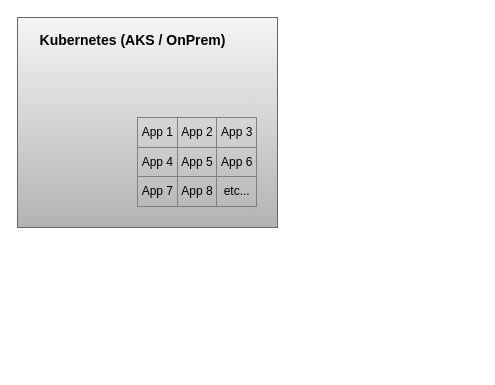
nuthankumar/drawio keeps this draw.io diagram as autoheal_k8s.drawio. Above is the earlier version. Source tidied: cells renumbered, new cells numbered last; positions are measured from the earlier drawing's top-left corner, leaving out a move shared by most shapes. Both pictures are drawn from the tidied source at 100%, with x=0, y=0 at pixel (17, 17).
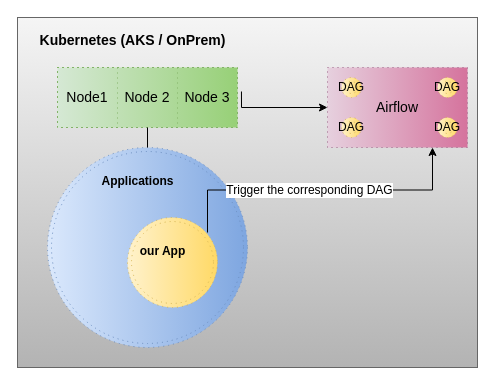
The same diagram, later.

Change to the diagram source:
```diff
@@
     <mxCell id="2" style="rounded=0;whiteSpace=wrap;html=1;fillColor=#f5f5f5;strokeColor=#666666;gradientColor=#b3b3b3;" parent="1" vertex="1">
-      <mxGeometry width="260" height="210" as="geometry" />
+      <mxGeometry width="460" height="350" as="geometry" />
     </mxCell>
-    <mxCell id="3" value="&lt;table border=&quot;1&quot; width=&quot;100%&quot; style=&quot;width: 100% ; height: 100% ; border-collapse: collapse&quot;&gt;&lt;tbody&gt;&lt;tr&gt;&lt;td align=&quot;center&quot;&gt;App 1&lt;/td&gt;&lt;td align=&quot;center&quot;&gt;App 2&lt;/td&gt;&lt;td align=&quot;center&quot;&gt;App 3&lt;/td&gt;&lt;/tr&gt;&lt;tr&gt;&lt;td align=&quot;center&quot;&gt;App 4&lt;/td&gt;&lt;td align=&quot;center&quot;&gt;App 5&lt;/td&gt;&lt;td align=&quot;center&quot;&gt;App 6&lt;/td&gt;&lt;/tr&gt;&lt;tr&gt;&lt;td align=&quot;center&quot;&gt;App 7&lt;/td&gt;&lt;td align=&quot;center&quot;&gt;App 8&lt;/td&gt;&lt;td align=&quot;center&quot;&gt;etc...&lt;/td&gt;&lt;/tr&gt;&lt;/tbody&gt;&lt;/table&gt;" style="text;html=1;strokeColor=none;fillColor=none;overflow=fill;" parent="1" vertex="1">
-      <mxGeometry x="120" y="100" width="120" height="90" as="geometry" />
-    </mxCell>
@@
+    <mxCell id="5" value="Airflow" style="html=1;whiteSpace=wrap;dashed=1;dashPattern=1 4;fontSize=14;fillColor=#e6d0de;gradientColor=#d5739d;gradientDirection=east;strokeColor=#996185;" parent="1" vertex="1">
+      <mxGeometry x="310" y="50" width="140" height="80" as="geometry" />
+    </mxCell>
+    <mxCell id="6" value="DAG" style="ellipse;shape=doubleEllipse;whiteSpace=wrap;html=1;dashed=1;dashPattern=1 4;fontSize=12;fillColor=#fff2cc;gradientColor=#ffd966;gradientDirection=east;strokeColor=#d6b656;" parent="5" vertex="1">
+      <mxGeometry x="14" y="50" width="20" height="20" as="geometry" />
+    </mxCell>
+    <mxCell id="7" value="DAG" style="ellipse;shape=doubleEllipse;whiteSpace=wrap;html=1;dashed=1;dashPattern=1 4;fontSize=12;fillColor=#fff2cc;gradientColor=#ffd966;gradientDirection=east;strokeColor=#d6b656;" parent="5" vertex="1">
+      <mxGeometry x="14" y="10" width="20" height="20" as="geometry" />
+    </mxCell>
+    <mxCell id="8" value="DAG" style="ellipse;shape=doubleEllipse;whiteSpace=wrap;html=1;dashed=1;dashPattern=1 4;fontSize=12;fillColor=#fff2cc;gradientColor=#ffd966;gradientDirection=east;strokeColor=#d6b656;" parent="5" vertex="1">
+      <mxGeometry x="110" y="50" width="20" height="20" as="geometry" />
+    </mxCell>
+    <mxCell id="9" value="DAG" style="ellipse;shape=doubleEllipse;whiteSpace=wrap;html=1;dashed=1;dashPattern=1 4;fontSize=12;fillColor=#fff2cc;gradientColor=#ffd966;gradientDirection=east;strokeColor=#d6b656;" parent="5" vertex="1">
+      <mxGeometry x="110" y="10" width="20" height="20" as="geometry" />
+    </mxCell>
+    <mxCell id="10" style="edgeStyle=orthogonalEdgeStyle;rounded=0;jettySize=auto;html=1;fontSize=12;entryX=0;entryY=0.5;entryDx=0;entryDy=0;exitX=1.022;exitY=0.4;exitDx=0;exitDy=0;exitPerimeter=0;" parent="1" edge="1" source="12" target="5">
+      <mxGeometry relative="1" as="geometry">
+        <Array as="points">
+          <mxPoint x="224" y="90" />
+        </Array>
+      </mxGeometry>
+    </mxCell>
+    <mxCell id="11" style="shape=table;html=1;whiteSpace=wrap;startSize=0;childLayout=tableLayout;dashed=1;dashPattern=1 4;fontSize=14;fillColor=#d5e8d4;gradientColor=#97d077;gradientDirection=east;strokeColor=#82b366;" parent="1" vertex="1">
+      <mxGeometry x="40" y="50" width="180" height="60" as="geometry" />
+    </mxCell>
+    <mxCell id="12" style="shape=tableRow;horizontal=0;startSize=0;swimlaneHead=0;swimlaneBody=0;top=0;left=0;bottom=0;right=0;fillColor=none;points=[[0,0.5],[1,0.5]];portConstraint=eastwest;dashed=1;dashPattern=1 4;fontSize=14;" parent="11" vertex="1">
+      <mxGeometry width="180" height="60" as="geometry" />
+    </mxCell>
+    <mxCell id="13" value="Node1" style="shape=partialRectangle;html=1;whiteSpace=wrap;fillColor=none;top=0;left=0;bottom=0;right=0;overflow=hidden;dashed=1;dashPattern=1 4;fontSize=14;" parent="12" vertex="1">
+      <mxGeometry width="60" height="60" as="geometry" />
+    </mxCell>
+    <mxCell id="14" value="Node 2" style="shape=partialRectangle;html=1;whiteSpace=wrap;fillColor=none;top=0;left=0;bottom=0;right=0;overflow=hidden;dashed=1;dashPattern=1 4;fontSize=14;" parent="12" vertex="1">
+      <mxGeometry x="60" width="60" height="60" as="geometry" />
+    </mxCell>
+    <mxCell id="15" value="Node 3" style="shape=partialRectangle;html=1;whiteSpace=wrap;fillColor=none;top=0;left=0;bottom=0;right=0;overflow=hidden;dashed=1;dashPattern=1 4;fontSize=14;" parent="12" vertex="1">
+      <mxGeometry x="120" width="60" height="60" as="geometry" />
+    </mxCell>
+    <mxCell id="16" style="ellipse;shape=doubleEllipse;whiteSpace=wrap;html=1;dashed=1;dashPattern=1 4;fontSize=14;fillColor=#dae8fc;gradientColor=#7ea6e0;gradientDirection=east;strokeColor=#6c8ebf;" parent="1" vertex="1">
+      <mxGeometry x="30" y="130" width="200" height="200" as="geometry" />
+    </mxCell>
+    <mxCell id="17" style="ellipse;shape=doubleEllipse;whiteSpace=wrap;html=1;dashed=1;dashPattern=1 4;fontSize=14;fillColor=#fff2cc;gradientColor=#ffd966;gradientDirection=east;strokeColor=#d6b656;" parent="1" vertex="1">
+      <mxGeometry x="110" y="200" width="90" height="90" as="geometry" />
+    </mxCell>
+    <mxCell id="18" value="&lt;font style=&quot;font-size: 12px&quot;&gt;Applications&lt;/font&gt;" style="text;strokeColor=none;fillColor=none;html=1;fontSize=24;fontStyle=1;verticalAlign=middle;align=center;dashed=1;dashPattern=1 4;" parent="1" vertex="1">
+      <mxGeometry x="80" y="150" width="80" height="20" as="geometry" />
+    </mxCell>
+    <mxCell id="19" style="edgeStyle=orthogonalEdgeStyle;rounded=0;jettySize=auto;html=1;exitX=1;exitY=0;exitDx=0;exitDy=0;entryX=0.75;entryY=1;entryDx=0;entryDy=0;fontSize=12;" parent="1" edge="1" source="21" target="5">
+      <mxGeometry relative="1" as="geometry" />
+    </mxCell>
+    <mxCell id="20" value="Trigger the corresponding DAG" style="edgeLabel;html=1;align=center;verticalAlign=middle;fontSize=12;" parent="19" vertex="1">
+      <mxGeometry x="-0.07" relative="1" as="geometry" />
+    </mxCell>
+    <mxCell id="21" value="&lt;span style=&quot;font-size: 12px&quot;&gt;our App&lt;/span&gt;" style="text;strokeColor=none;fillColor=none;html=1;fontSize=24;fontStyle=1;verticalAlign=middle;align=center;dashed=1;dashPattern=1 4;" parent="1" vertex="1">
+      <mxGeometry x="100" y="215" width="90" height="30" as="geometry" />
+    </mxCell>
+    <mxCell id="22" style="endArrow=none;html=1;rounded=0;fontSize=12;exitX=0.5;exitY=0;exitDx=0;exitDy=0;" parent="1" edge="1" source="16">
+      <mxGeometry relative="1" as="geometry">
+        <mxPoint x="130" y="110" as="targetPoint" />
+      </mxGeometry>
+    </mxCell>
```
